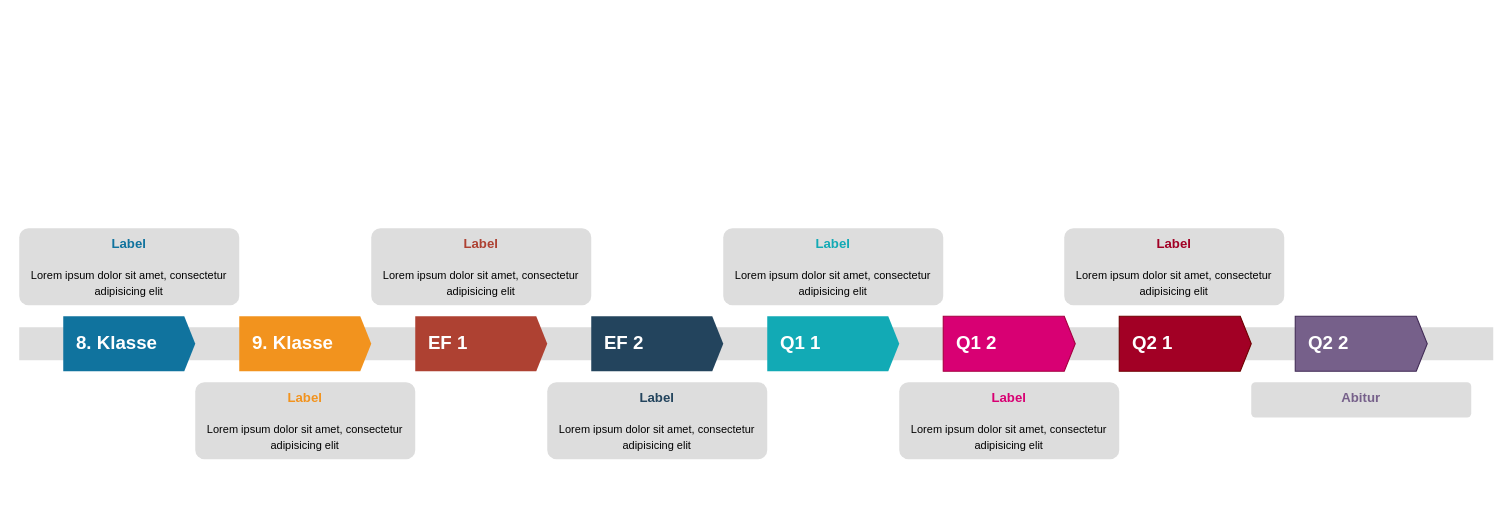
This is Zeitstrahl.drawio from liacharlotte/drawio, a draw.io file, before an edit. Source tidied: cells renumbered, new cells numbered last; positions are measured from the earlier drawing's top-left corner, leaving out a move shared by most shapes. Both pictures are drawn from the tidied source at 110%, with x=0, y=0 at pixel (19, 228).
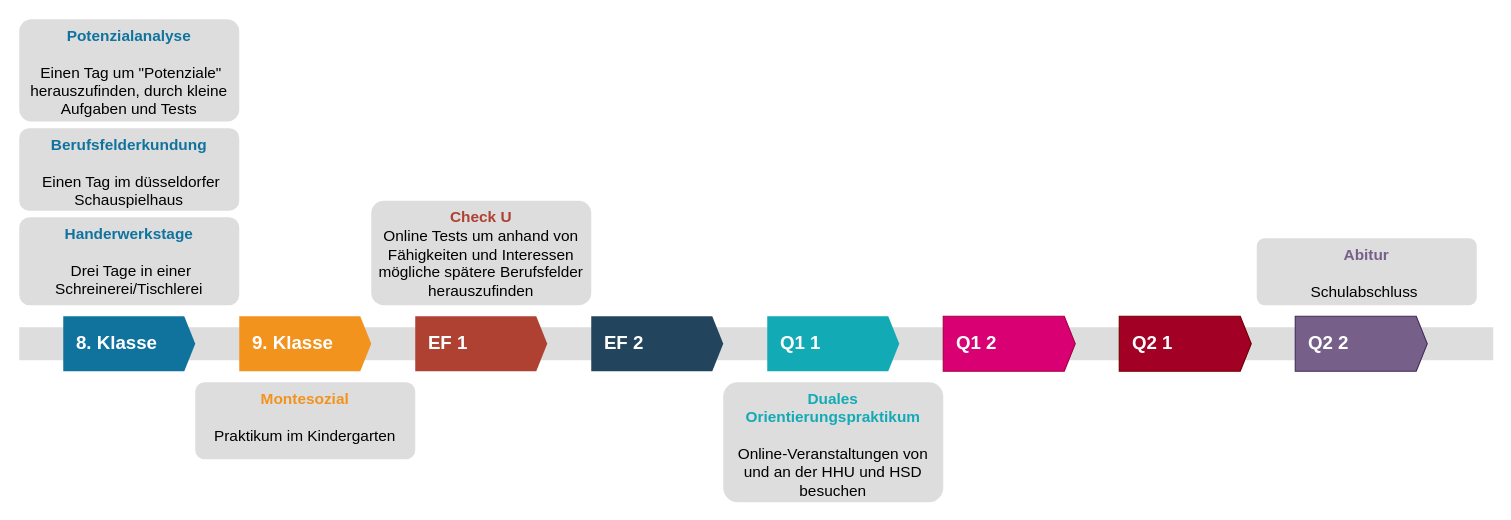
Above is the later version.

What changed in the source:
```diff
@@
 <mxGraphModel>
   <root>
     <mxCell id="0" />
     <mxCell id="1" parent="0" />
     <mxCell id="2" style="fillColor=#dddddd;rounded=0;strokeColor=none;shadow=0;sketch=0;" parent="1" vertex="1">
       <mxGeometry y="90" width="1340" height="30" as="geometry" />
     </mxCell>
-    <mxCell id="3" value="8. Klasse" style="shape=mxgraph.infographic.ribbonSimple;notch1=0;notch2=10;notch=0;html=1;fillColor=#10739E;strokeColor=none;shadow=0;fontSize=17;fontColor=#FFFFFF;align=left;spacingLeft=10;fontStyle=1;sketch=0;" parent="1" vertex="1">
+    <mxCell id="3" value="8. Klasse" style="shape=mxgraph.infographic.ribbonSimple;notch1=0;notch2=10;notch=0;html=1;strokeColor=none;shadow=0;fontSize=17;fontColor=#FFFFFF;align=left;spacingLeft=10;fontStyle=1;sketch=0;fillColor=#10739E;" parent="1" vertex="1">
       <mxGeometry x="40" y="80" width="120" height="50" as="geometry" />
     </mxCell>
     <mxCell id="4" value="9. Klasse" style="shape=mxgraph.infographic.ribbonSimple;notch1=0;notch2=10;notch=0;html=1;fillColor=#F2931E;strokeColor=none;shadow=0;fontSize=17;fontColor=#FFFFFF;align=left;spacingLeft=10;fontStyle=1;sketch=0;" parent="1" vertex="1">
       <mxGeometry x="200" y="80" width="120" height="50" as="geometry" />
     </mxCell>
     <mxCell id="5" value="EF 1" style="shape=mxgraph.infographic.ribbonSimple;notch1=0;notch2=10;notch=0;html=1;fillColor=#AE4132;strokeColor=none;shadow=0;fontSize=17;fontColor=#FFFFFF;align=left;spacingLeft=10;fontStyle=1;sketch=0;" parent="1" vertex="1">
       <mxGeometry x="360" y="80" width="120" height="50" as="geometry" />
     </mxCell>
     <mxCell id="6" value="EF 2" style="shape=mxgraph.infographic.ribbonSimple;notch1=0;notch2=10;notch=0;html=1;fillColor=#23445D;strokeColor=none;shadow=0;fontSize=17;fontColor=#FFFFFF;align=left;spacingLeft=10;fontStyle=1;sketch=0;" parent="1" vertex="1">
       <mxGeometry x="520" y="80" width="120" height="50" as="geometry" />
     </mxCell>
     <mxCell id="7" value="Q1 1" style="shape=mxgraph.infographic.ribbonSimple;notch1=0;notch2=10;notch=0;html=1;fillColor=#12AAB5;strokeColor=none;shadow=0;fontSize=17;fontColor=#FFFFFF;align=left;spacingLeft=10;fontStyle=1;sketch=0;" parent="1" vertex="1">
       <mxGeometry x="680" y="80" width="120" height="50" as="geometry" />
     </mxCell>
-    <mxCell id="8" value="&lt;font style=&quot;font-size: 10px&quot;&gt;&lt;font style=&quot;font-size: 12px&quot; color=&quot;#10739E&quot;&gt;&lt;b&gt;Label&lt;/b&gt;&lt;/font&gt;&lt;br&gt;&lt;br&gt;&lt;font size=&quot;1&quot;&gt;Lorem ipsum dolor sit amet, consectetur adipisicing elit&lt;/font&gt;&lt;/font&gt;" style="rounded=1;strokeColor=none;fillColor=#DDDDDD;align=center;arcSize=12;verticalAlign=top;whiteSpace=wrap;html=1;fontSize=12;shadow=0;sketch=0;" parent="1" vertex="1">
-      <mxGeometry width="200" height="70" as="geometry" />
+    <mxCell id="8" value="&lt;font style=&quot;font-size: 14px;&quot;&gt;&lt;font color=&quot;#10739e&quot; style=&quot;font-weight: bold; font-size: 14px;&quot;&gt;Handerwerkstage&lt;/font&gt;&lt;br style=&quot;font-size: 14px;&quot;&gt;&lt;br style=&quot;font-size: 14px;&quot;&gt;&lt;font style=&quot;font-size: 14px;&quot;&gt;&lt;b style=&quot;font-size: 14px;&quot;&gt;&amp;nbsp;&lt;/b&gt;Drei Tage in einer Schreinerei/Tischlerei&lt;/font&gt;&lt;/font&gt;" style="rounded=1;strokeColor=none;fillColor=#DDDDDD;align=center;arcSize=12;verticalAlign=top;whiteSpace=wrap;html=1;fontSize=14;shadow=0;sketch=0;" parent="1" vertex="1">
+      <mxGeometry y="-10" width="200" height="80" as="geometry" />
     </mxCell>
-    <mxCell id="9" value="&lt;font style=&quot;font-size: 10px&quot;&gt;&lt;font style=&quot;font-size: 12px&quot; color=&quot;#F2931E&quot;&gt;&lt;b&gt;Label&lt;/b&gt;&lt;/font&gt;&lt;br&gt;&lt;br&gt;&lt;font size=&quot;1&quot;&gt;Lorem ipsum dolor sit amet, consectetur adipisicing elit&lt;/font&gt;&lt;/font&gt;" style="rounded=1;strokeColor=none;fillColor=#DDDDDD;align=center;arcSize=12;verticalAlign=top;whiteSpace=wrap;html=1;fontSize=12;shadow=0;sketch=0;" parent="1" vertex="1">
+    <mxCell id="9" value="&lt;font style=&quot;font-size: 14px;&quot;&gt;&lt;font color=&quot;#f2931e&quot; style=&quot;font-size: 14px;&quot;&gt;&lt;b style=&quot;font-size: 14px;&quot;&gt;Montesozial&lt;/b&gt;&lt;/font&gt;&lt;br style=&quot;font-size: 14px;&quot;&gt;&lt;br style=&quot;font-size: 14px;&quot;&gt;&lt;span style=&quot;font-size: 14px;&quot;&gt;Praktikum im Kindergarten&lt;/span&gt;&lt;br style=&quot;font-size: 14px;&quot;&gt;&lt;/font&gt;" style="rounded=1;strokeColor=none;fillColor=#DDDDDD;align=center;arcSize=12;verticalAlign=top;whiteSpace=wrap;html=1;fontSize=14;shadow=0;sketch=0;" parent="1" vertex="1">
       <mxGeometry x="160" y="140" width="200" height="70" as="geometry" />
     </mxCell>
-    <mxCell id="10" value="&lt;font style=&quot;font-size: 10px&quot;&gt;&lt;font style=&quot;font-size: 12px&quot; color=&quot;#AE4132&quot;&gt;&lt;b&gt;Label&lt;/b&gt;&lt;/font&gt;&lt;br&gt;&lt;br&gt;&lt;font size=&quot;1&quot;&gt;Lorem ipsum dolor sit amet, consectetur adipisicing elit&lt;/font&gt;&lt;/font&gt;" style="rounded=1;strokeColor=none;fillColor=#DDDDDD;align=center;arcSize=12;verticalAlign=top;whiteSpace=wrap;html=1;fontSize=12;shadow=0;sketch=0;" parent="1" vertex="1">
-      <mxGeometry x="320" width="200" height="70" as="geometry" />
+    <mxCell id="10" value="&lt;font style=&quot;font-size: 14px;&quot;&gt;&lt;font color=&quot;#ae4132&quot; style=&quot;font-size: 14px;&quot;&gt;&lt;b style=&quot;font-size: 14px;&quot;&gt;Check U&lt;/b&gt;&lt;/font&gt;&lt;br style=&quot;font-size: 14px;&quot;&gt;&lt;span style=&quot;font-size: 14px;&quot;&gt;Online Tests um anhand von Fähigkeiten und Interessen mögliche spätere Berufsfelder herauszufinden&lt;/span&gt;&lt;br style=&quot;font-size: 14px;&quot;&gt;&lt;/font&gt;" style="rounded=1;strokeColor=none;fillColor=#DDDDDD;align=center;arcSize=12;verticalAlign=top;whiteSpace=wrap;html=1;fontSize=14;shadow=0;sketch=0;" parent="1" vertex="1">
+      <mxGeometry x="320" y="-25" width="200" height="95" as="geometry" />
     </mxCell>
-    <mxCell id="11" value="&lt;font style=&quot;font-size: 10px&quot;&gt;&lt;font style=&quot;font-size: 12px&quot; color=&quot;#23445D&quot;&gt;&lt;b&gt;Label&lt;/b&gt;&lt;/font&gt;&lt;br&gt;&lt;br&gt;&lt;font size=&quot;1&quot;&gt;Lorem ipsum dolor sit amet, consectetur adipisicing elit&lt;/font&gt;&lt;/font&gt;" style="rounded=1;strokeColor=none;fillColor=#DDDDDD;align=center;arcSize=12;verticalAlign=top;whiteSpace=wrap;html=1;fontSize=12;shadow=0;sketch=0;" parent="1" vertex="1">
-      <mxGeometry x="480" y="140" width="200" height="70" as="geometry" />
-    </mxCell>
-    <mxCell id="12" value="&lt;font style=&quot;font-size: 10px&quot;&gt;&lt;font style=&quot;font-size: 12px&quot; color=&quot;#12AAB5&quot;&gt;&lt;b&gt;Label&lt;/b&gt;&lt;/font&gt;&lt;br&gt;&lt;br&gt;&lt;font size=&quot;1&quot;&gt;Lorem ipsum dolor sit amet, consectetur adipisicing elit&lt;/font&gt;&lt;/font&gt;" style="rounded=1;strokeColor=none;fillColor=#DDDDDD;align=center;arcSize=12;verticalAlign=top;whiteSpace=wrap;html=1;fontSize=12;shadow=0;sketch=0;" parent="1" vertex="1">
-      <mxGeometry x="640" width="200" height="70" as="geometry" />
+    <mxCell id="12" value="&lt;font style=&quot;font-size: 14px;&quot;&gt;&lt;font color=&quot;#12aab5&quot; style=&quot;font-size: 14px;&quot;&gt;&lt;b style=&quot;font-size: 14px;&quot;&gt;Duales Orientierungspraktikum&lt;/b&gt;&lt;/font&gt;&lt;br style=&quot;font-size: 14px;&quot;&gt;&lt;br style=&quot;font-size: 14px;&quot;&gt;&lt;span style=&quot;font-size: 14px;&quot;&gt;Online-Veranstaltungen von und an der HHU und HSD besuchen&lt;/span&gt;&lt;br style=&quot;font-size: 14px;&quot;&gt;&lt;/font&gt;" style="rounded=1;strokeColor=none;fillColor=#DDDDDD;align=center;arcSize=12;verticalAlign=top;whiteSpace=wrap;html=1;fontSize=14;shadow=0;sketch=0;" parent="1" vertex="1">
+      <mxGeometry x="640" y="140" width="200" height="109" as="geometry" />
     </mxCell>
     <mxCell id="13" value="Q1 2" style="shape=mxgraph.infographic.ribbonSimple;notch1=0;notch2=10;notch=0;html=1;fillColor=#d80073;strokeColor=#A50040;shadow=0;fontSize=17;align=left;spacingLeft=10;fontStyle=1;sketch=0;fontColor=#ffffff;" parent="1" vertex="1">
       <mxGeometry x="840" y="80" width="120" height="50" as="geometry" />
     </mxCell>
     <mxCell id="14" value="Q2 1" style="shape=mxgraph.infographic.ribbonSimple;notch1=0;notch2=10;notch=0;html=1;fillColor=#a20025;strokeColor=#6F0000;shadow=0;fontSize=17;fontColor=#ffffff;align=left;spacingLeft=10;fontStyle=1;sketch=0;" parent="1" vertex="1">
       <mxGeometry x="1000" y="80" width="120" height="50" as="geometry" />
     </mxCell>
     <mxCell id="15" value="Q2 2" style="shape=mxgraph.infographic.ribbonSimple;notch1=0;notch2=10;notch=0;html=1;fillColor=#76608a;strokeColor=#432D57;shadow=0;fontSize=17;fontColor=#ffffff;align=left;spacingLeft=10;fontStyle=1;sketch=0;" parent="1" vertex="1">
       <mxGeometry x="1160" y="80" width="120" height="50" as="geometry" />
     </mxCell>
-    <mxCell id="16" value="&lt;font style=&quot;font-size: 10px&quot;&gt;&lt;font style=&quot;font-size: 12px&quot; color=&quot;#d80073&quot;&gt;&lt;b&gt;Label&lt;/b&gt;&lt;/font&gt;&lt;br&gt;&lt;br&gt;&lt;font size=&quot;1&quot;&gt;Lorem ipsum dolor sit amet, consectetur adipisicing elit&lt;/font&gt;&lt;/font&gt;" style="rounded=1;strokeColor=none;fillColor=#DDDDDD;align=center;arcSize=12;verticalAlign=top;whiteSpace=wrap;html=1;fontSize=12;shadow=0;sketch=0;" parent="1" vertex="1">
-      <mxGeometry x="800" y="140" width="200" height="70" as="geometry" />
-    </mxCell>
-    <mxCell id="17" value="&lt;font style=&quot;font-size: 10px&quot;&gt;&lt;font style=&quot;font-size: 12px&quot; color=&quot;#76608a&quot;&gt;&lt;b&gt;Abitur&lt;/b&gt;&lt;/font&gt;&lt;br&gt;&lt;br&gt;&lt;br&gt;&lt;/font&gt;" style="rounded=1;strokeColor=none;fillColor=#DDDDDD;align=center;arcSize=12;verticalAlign=top;whiteSpace=wrap;html=1;fontSize=12;shadow=0;sketch=0;" parent="1" vertex="1">
-      <mxGeometry x="1120" y="140" width="200" height="32" as="geometry" />
+    <mxCell id="17" value="&lt;font style=&quot;font-size: 14px;&quot;&gt;&lt;font style=&quot;font-size: 14px;&quot; color=&quot;#76608a&quot;&gt;&lt;b style=&quot;font-size: 14px;&quot;&gt;Abitur&lt;br style=&quot;font-size: 14px;&quot;&gt;&lt;br style=&quot;font-size: 14px;&quot;&gt;&lt;/b&gt;&lt;/font&gt;Schulabschluss&amp;nbsp;&lt;br style=&quot;font-size: 14px;&quot;&gt;&lt;br style=&quot;font-size: 14px;&quot;&gt;&lt;/font&gt;" style="rounded=1;strokeColor=none;fillColor=#DDDDDD;align=center;arcSize=12;verticalAlign=top;whiteSpace=wrap;html=1;fontSize=14;shadow=0;sketch=0;" parent="1" vertex="1">
+      <mxGeometry x="1125" y="9" width="200" height="61" as="geometry" />
     </mxCell>
-    <mxCell id="18" value="&lt;font style=&quot;font-size: 10px&quot;&gt;&lt;font style=&quot;font-size: 12px&quot; color=&quot;#a20025&quot;&gt;&lt;b&gt;Label&lt;/b&gt;&lt;/font&gt;&lt;br&gt;&lt;br&gt;&lt;font size=&quot;1&quot;&gt;Lorem ipsum dolor sit amet, consectetur adipisicing elit&lt;/font&gt;&lt;/font&gt;" style="rounded=1;strokeColor=none;fillColor=#DDDDDD;align=center;arcSize=12;verticalAlign=top;whiteSpace=wrap;html=1;fontSize=12;shadow=0;sketch=0;" parent="1" vertex="1">
-      <mxGeometry x="950" width="200" height="70" as="geometry" />
-    </mxCell>
+    <mxCell id="19" value="&lt;font style=&quot;font-size: 14px;&quot;&gt;&lt;font color=&quot;#10739e&quot; style=&quot;font-size: 14px;&quot;&gt;&lt;b style=&quot;font-size: 14px;&quot;&gt;Berufsfelderkundung&lt;/b&gt;&lt;/font&gt;&lt;br style=&quot;font-size: 14px;&quot;&gt;&lt;br style=&quot;font-size: 14px;&quot;&gt;&lt;font style=&quot;font-size: 14px;&quot;&gt;&lt;b style=&quot;font-size: 14px;&quot;&gt;&amp;nbsp;&lt;/b&gt;Einen Tag im düsseldorfer Schauspielhaus&lt;/font&gt;&lt;/font&gt;" style="rounded=1;strokeColor=none;fillColor=#DDDDDD;align=center;arcSize=12;verticalAlign=top;whiteSpace=wrap;html=1;fontSize=14;shadow=0;sketch=0;" parent="1" vertex="1">
+      <mxGeometry y="-91" width="200" height="75" as="geometry" />
+    </mxCell>
+    <mxCell id="20" value="&lt;font style=&quot;font-size: 14px;&quot;&gt;&lt;font color=&quot;#10739e&quot; style=&quot;font-size: 14px;&quot;&gt;&lt;b style=&quot;font-size: 14px;&quot;&gt;Potenzialanalyse&lt;/b&gt;&lt;/font&gt;&lt;br style=&quot;font-size: 14px;&quot;&gt;&lt;br style=&quot;font-size: 14px;&quot;&gt;&lt;font style=&quot;font-size: 14px;&quot;&gt;&lt;b style=&quot;font-size: 14px;&quot;&gt;&amp;nbsp;&lt;/b&gt;Einen Tag um &quot;Potenziale&quot; herauszufinden, durch kleine Aufgaben und Tests&lt;/font&gt;&lt;/font&gt;" style="rounded=1;strokeColor=none;fillColor=#DDDDDD;align=center;arcSize=12;verticalAlign=top;whiteSpace=wrap;html=1;fontSize=14;shadow=0;sketch=0;" parent="1" vertex="1">
+      <mxGeometry y="-190" width="200" height="93" as="geometry" />
+    </mxCell>
   </root>
 </mxGraphModel>
```
